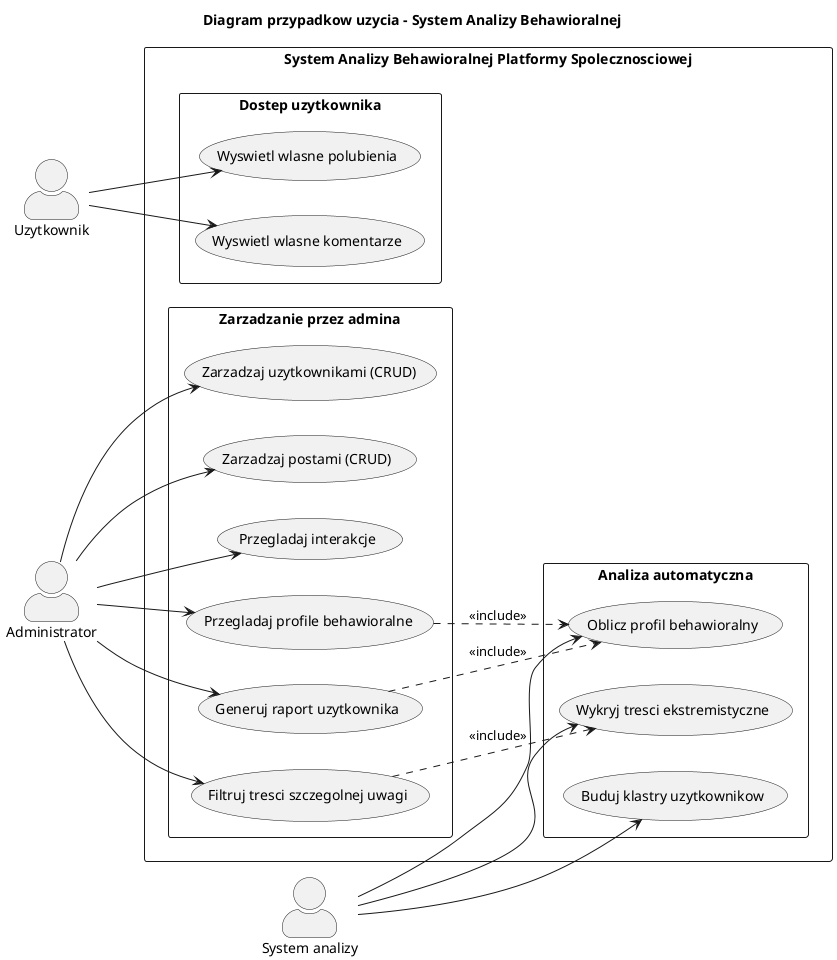
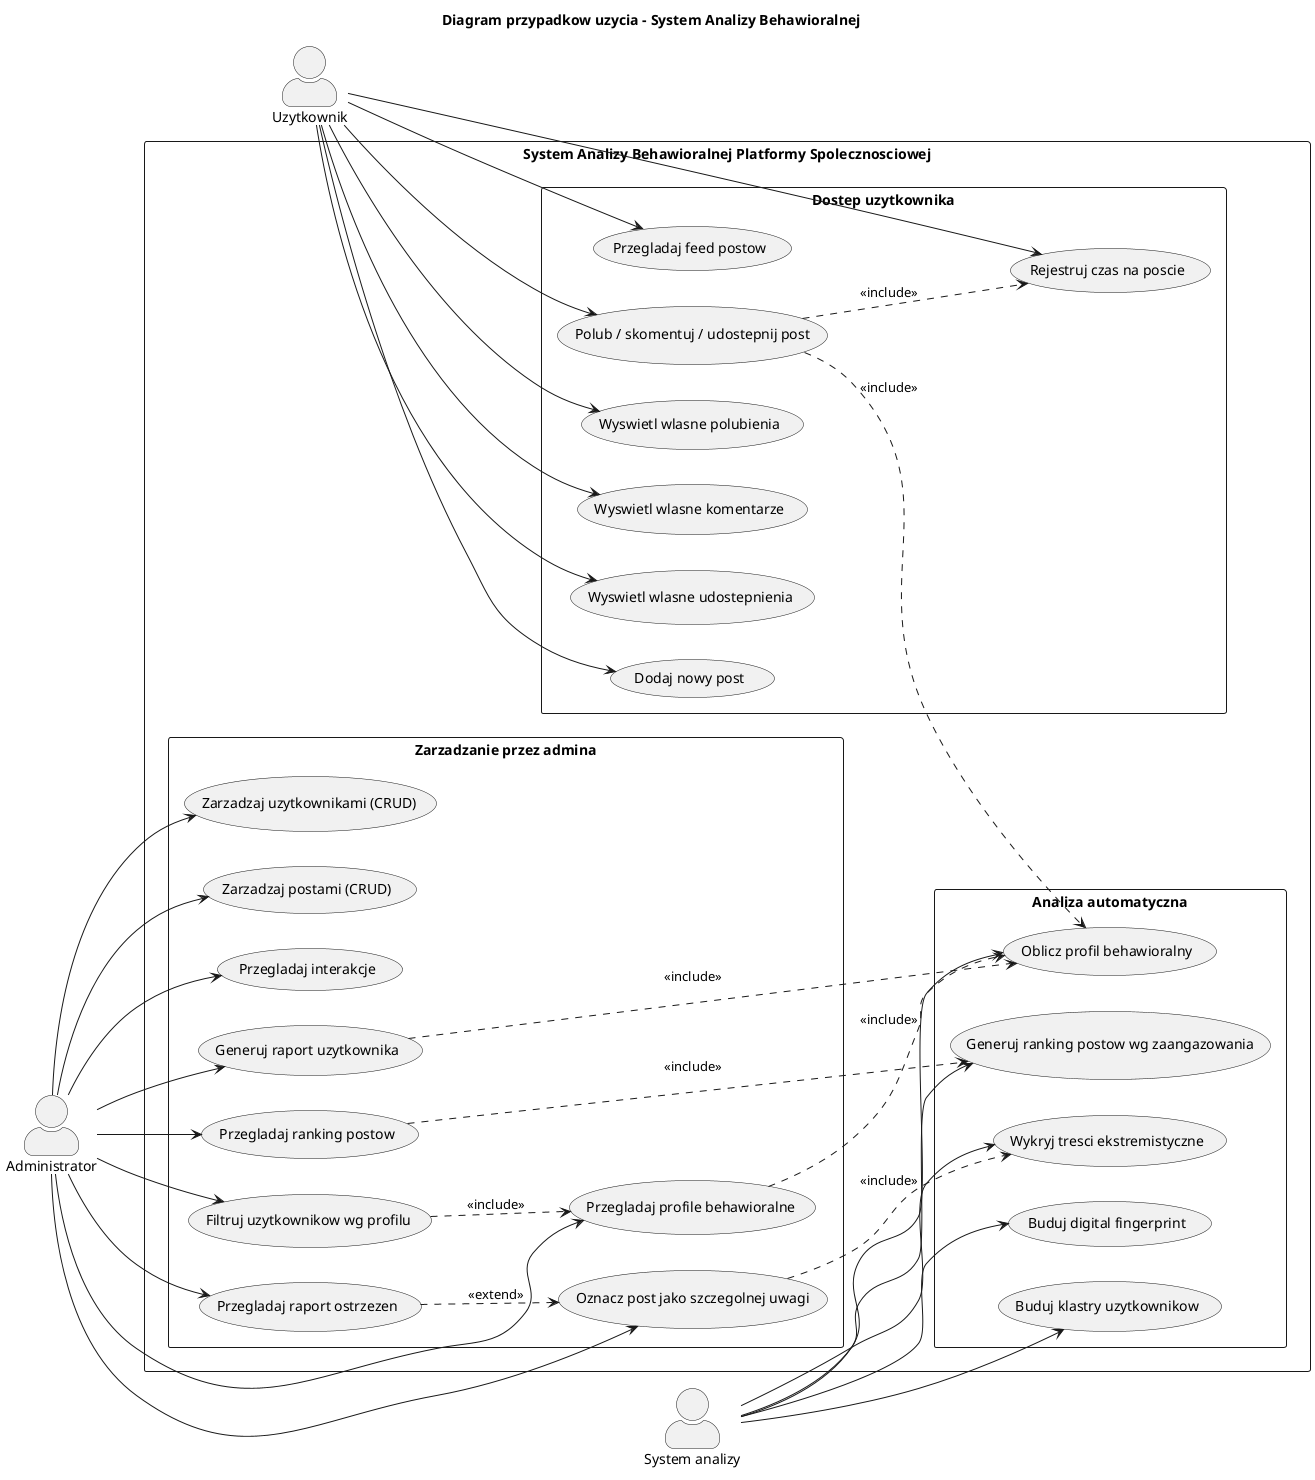
@startuml
title Diagram przypadkow uzycia – System Analizy Behawioralnej

left to right direction
skinparam actorStyle awesome
skinparam packageStyle rectangle

actor "Uzytkownik" as U
actor "Administrator" as A
actor "System analizy" as S

rectangle "System Analizy Behawioralnej Platformy Spolecznosciowej" {

  package "Dostep uzytkownika" {
-     usecase "Wyswietl wlasne polubienia"  as UC1
-     usecase "Wyswietl wlasne komentarze" as UC2
+     usecase "Przegladaj feed postow"             as UC1
+     usecase "Polub / skomentuj / udostepnij post" as UC2
+     usecase "Rejestruj czas na poscie"           as UC3
+     usecase "Wyswietl wlasne polubienia"         as UC4
+     usecase "Wyswietl wlasne komentarze"         as UC5
+     usecase "Wyswietl wlasne udostepnienia"      as UC6
+     usecase "Dodaj nowy post"                    as UC7
  }

  package "Zarzadzanie przez admina" {
-     usecase "Zarzadzaj uzytkownikami (CRUD)" as UC3
-     usecase "Zarzadzaj postami (CRUD)"       as UC4
-     usecase "Przegladaj interakcje"          as UC5
-     usecase "Przegladaj profile behawioralne" as UC6
-     usecase "Filtruj tresci szczegolnej uwagi" as UC7
-     usecase "Generuj raport uzytkownika"     as UC8
+     usecase "Zarzadzaj uzytkownikami (CRUD)"         as UC8
+     usecase "Zarzadzaj postami (CRUD)"               as UC9
+     usecase "Przegladaj interakcje"                  as UC10
+     usecase "Przegladaj profile behawioralne"         as UC11
+     usecase "Filtruj uzytkownikow wg profilu"         as UC12
+     usecase "Oznacz post jako szczegolnej uwagi"      as UC13
+     usecase "Przegladaj raport ostrzezen"             as UC14
+     usecase "Generuj raport uzytkownika"              as UC15
+     usecase "Przegladaj ranking postow"               as UC16
  }

  package "Analiza automatyczna" {
-     usecase "Oblicz profil behawioralny"     as UC9
-     usecase "Wykryj tresci ekstremistyczne"  as UC10
-     usecase "Buduj klastry uzytkownikow"     as UC11
+     usecase "Oblicz profil behawioralny"         as UC17
+     usecase "Wykryj tresci ekstremistyczne"      as UC18
+     usecase "Buduj klastry uzytkownikow"         as UC19
+     usecase "Buduj digital fingerprint"          as UC20
+     usecase "Generuj ranking postow wg zaangazowania" as UC21
  }
}

U --> UC1
U --> UC2
+ U --> UC3
+ U --> UC4
+ U --> UC5
+ U --> UC6
+ U --> UC7

- A --> UC3
- A --> UC4
- A --> UC5
- A --> UC6
- A --> UC7
A --> UC8
+ A --> UC9
+ A --> UC10
+ A --> UC11
+ A --> UC12
+ A --> UC13
+ A --> UC14
+ A --> UC15
+ A --> UC16

- S --> UC9
- S --> UC10
- S --> UC11
+ S --> UC17
+ S --> UC18
+ S --> UC19
+ S --> UC20
+ S --> UC21

- UC6 ..> UC9  : <<include>>
- UC7 ..> UC10 : <<include>>
- UC8 ..> UC9  : <<include>>
+ UC2  ..> UC17 : <<include>>
+ UC2  ..> UC3  : <<include>>
+ UC11 ..> UC17 : <<include>>
+ UC13 ..> UC18 : <<include>>
+ UC15 ..> UC17 : <<include>>
+ UC12 ..> UC11 : <<include>>
+ UC14 ..> UC13 : <<extend>>
+ UC16 ..> UC21 : <<include>>
@enduml
